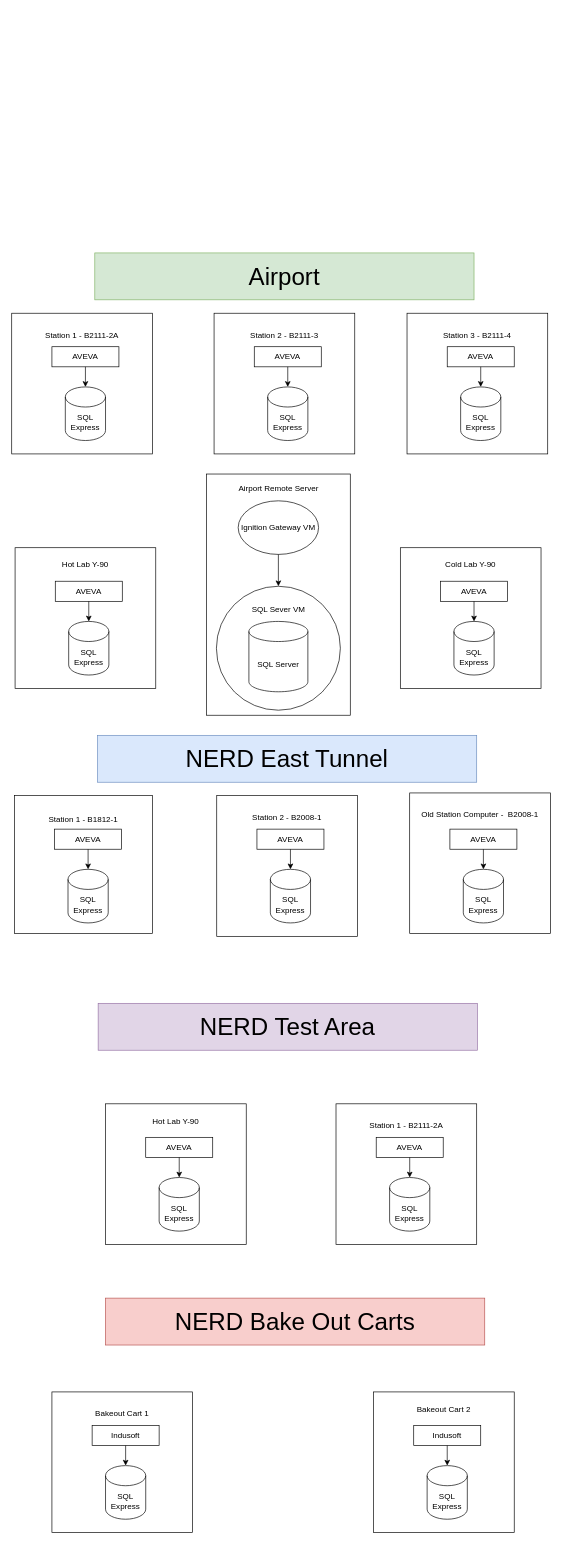
houleyemballo/Work keeps this draw.io diagram as DBLayout.drawio. Above is the earlier version. Source tidied: cells renumbered, new cells numbered last; positions are measured from the earlier drawing's top-left corner, leaving out a move shared by most shapes. Both pictures are drawn from the tidied source at 67%, with x=0, y=0 at pixel (11, 253).
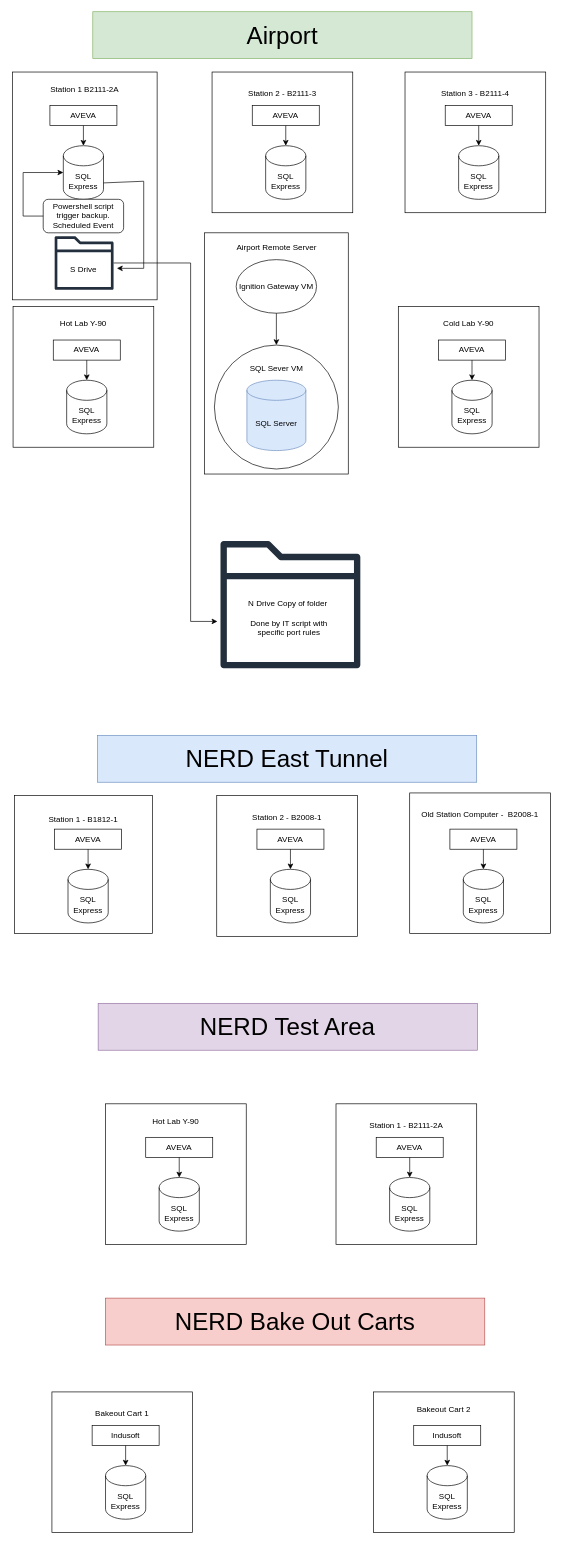
The same diagram, later.

What changed in the source:
```diff
@@
+    <mxCell id="59" value="&lt;div&gt;Station 1 B2111-2A&lt;/div&gt;&lt;div&gt;&lt;br&gt;&lt;/div&gt;&lt;div&gt;&lt;br&gt;&lt;/div&gt;&lt;div&gt;&lt;br&gt;&lt;/div&gt;&lt;div&gt;&lt;br&gt;&lt;/div&gt;&lt;div&gt;&lt;br&gt;&lt;/div&gt;&lt;div&gt;&lt;br&gt;&lt;/div&gt;&lt;div&gt;&lt;br&gt;&lt;/div&gt;&lt;div&gt;&lt;br&gt;&lt;/div&gt;&lt;div&gt;&lt;br&gt;&lt;/div&gt;&lt;div&gt;&lt;br&gt;&lt;/div&gt;&lt;div&gt;&lt;br&gt;&lt;/div&gt;&lt;div&gt;&lt;br&gt;&lt;/div&gt;&lt;div&gt;&lt;br&gt;&lt;/div&gt;&lt;div&gt;&lt;br&gt;&lt;/div&gt;&lt;div&gt;&lt;br&gt;&lt;/div&gt;&lt;div&gt;&lt;br&gt;&lt;/div&gt;&lt;div&gt;&lt;br&gt;&lt;/div&gt;&lt;div&gt;&lt;br&gt;&lt;/div&gt;&lt;div&gt;&lt;br&gt;&lt;/div&gt;&lt;div&gt;&lt;br&gt;&lt;/div&gt;" style="rounded=0;whiteSpace=wrap;html=1;" parent="1" vertex="1">
+      <mxGeometry x="1" y="-270" width="216" height="340" as="geometry" />
+    </mxCell>
     <mxCell id="2" value="Airport Remote Server&lt;div&gt;&lt;br&gt;&lt;/div&gt;&lt;div&gt;&lt;br&gt;&lt;/div&gt;&lt;div&gt;&lt;br&gt;&lt;/div&gt;&lt;div&gt;&lt;br&gt;&lt;/div&gt;&lt;div&gt;&lt;br&gt;&lt;/div&gt;&lt;div&gt;&lt;br&gt;&lt;/div&gt;&lt;div&gt;&lt;br&gt;&lt;/div&gt;&lt;div&gt;&lt;br&gt;&lt;/div&gt;&lt;div&gt;&lt;br&gt;&lt;/div&gt;&lt;div&gt;&lt;br&gt;&lt;/div&gt;&lt;div&gt;&lt;br&gt;&lt;/div&gt;&lt;div&gt;&lt;br&gt;&lt;/div&gt;&lt;div&gt;&lt;br&gt;&lt;/div&gt;&lt;div&gt;&lt;br&gt;&lt;/div&gt;&lt;div&gt;&lt;br&gt;&lt;/div&gt;&lt;div&gt;&lt;br&gt;&lt;/div&gt;&lt;div&gt;&lt;br&gt;&lt;/div&gt;&lt;div&gt;&lt;br&gt;&lt;/div&gt;&lt;div&gt;&lt;br&gt;&lt;/div&gt;&lt;div&gt;&lt;br&gt;&lt;/div&gt;&lt;div&gt;&lt;br&gt;&lt;/div&gt;&lt;div&gt;&lt;br&gt;&lt;/div&gt;" style="rounded=0;whiteSpace=wrap;html=1;" parent="1" vertex="1">
-      <mxGeometry x="290.8" y="330" width="214.5" height="360" as="geometry" />
+      <mxGeometry x="287.8" y="-30" width="214.5" height="360" as="geometry" />
     </mxCell>
     <mxCell id="3" value="SQL Sever VM&lt;div&gt;&lt;br&gt;&lt;/div&gt;&lt;div&gt;&lt;br&gt;&lt;/div&gt;&lt;div&gt;&lt;br&gt;&lt;/div&gt;&lt;div&gt;&lt;br&gt;&lt;/div&gt;&lt;div&gt;&lt;br&gt;&lt;/div&gt;&lt;div&gt;&lt;br&gt;&lt;/div&gt;&lt;div&gt;&lt;br&gt;&lt;/div&gt;&lt;div&gt;&lt;br&gt;&lt;/div&gt;" style="ellipse;whiteSpace=wrap;html=1;" parent="1" vertex="1">
-      <mxGeometry x="305.5" y="497.5" width="185" height="185" as="geometry" />
+      <mxGeometry x="302.5" y="137.5" width="185" height="185" as="geometry" />
     </mxCell>
     <mxCell id="4" value="&lt;font style=&quot;font-size: 36px;&quot;&gt;Airport&lt;/font&gt;" style="rounded=0;whiteSpace=wrap;html=1;fillColor=#d5e8d4;strokeColor=#82b366;" parent="1" vertex="1">
-      <mxGeometry x="124" width="566" height="70" as="geometry" />
+      <mxGeometry x="121" y="-360" width="566" height="70" as="geometry" />
     </mxCell>
-    <mxCell id="5" value="Station 1 - B2111-2A&lt;div&gt;&lt;br&gt;&lt;/div&gt;&lt;div&gt;&lt;br&gt;&lt;/div&gt;&lt;div&gt;&lt;br&gt;&lt;/div&gt;&lt;div&gt;&lt;br&gt;&lt;/div&gt;&lt;div&gt;&lt;br&gt;&lt;/div&gt;&lt;div&gt;&lt;br&gt;&lt;/div&gt;&lt;div&gt;&lt;br&gt;&lt;/div&gt;&lt;div&gt;&lt;br&gt;&lt;/div&gt;&lt;div&gt;&lt;br&gt;&lt;/div&gt;&lt;div&gt;&lt;br&gt;&lt;/div&gt;" style="whiteSpace=wrap;html=1;" parent="1" vertex="1">
-      <mxGeometry y="90" width="210" height="210" as="geometry" />
-    </mxCell>
     <mxCell id="6" value="AVEVA" style="rounded=0;whiteSpace=wrap;html=1;" parent="1" vertex="1">
-      <mxGeometry x="60" y="140" width="100" height="30" as="geometry" />
+      <mxGeometry x="57" y="-220" width="100" height="30" as="geometry" />
     </mxCell>
@@
     <mxCell id="8" value="SQL Express" style="shape=cylinder3;whiteSpace=wrap;html=1;boundedLbl=1;backgroundOutline=1;size=15;" parent="1" vertex="1">
-      <mxGeometry x="80" y="200" width="60" height="80" as="geometry" />
+      <mxGeometry x="77" y="-160" width="60" height="80" as="geometry" />
     </mxCell>
     <mxCell id="9" value="Station 3 - B2111-4&lt;div&gt;&lt;br&gt;&lt;/div&gt;&lt;div&gt;&lt;br&gt;&lt;/div&gt;&lt;div&gt;&lt;br&gt;&lt;/div&gt;&lt;div&gt;&lt;br&gt;&lt;/div&gt;&lt;div&gt;&lt;br&gt;&lt;/div&gt;&lt;div&gt;&lt;br&gt;&lt;/div&gt;&lt;div&gt;&lt;br&gt;&lt;/div&gt;&lt;div&gt;&lt;br&gt;&lt;/div&gt;&lt;div&gt;&lt;br&gt;&lt;/div&gt;&lt;div&gt;&lt;br&gt;&lt;/div&gt;" style="whiteSpace=wrap;html=1;" parent="1" vertex="1">
-      <mxGeometry x="590" y="90" width="210" height="210" as="geometry" />
+      <mxGeometry x="587" y="-270" width="210" height="210" as="geometry" />
     </mxCell>
     <mxCell id="10" value="AVEVA" style="rounded=0;whiteSpace=wrap;html=1;" parent="1" vertex="1">
-      <mxGeometry x="650" y="140" width="100" height="30" as="geometry" />
+      <mxGeometry x="647" y="-220" width="100" height="30" as="geometry" />
     </mxCell>
@@
     <mxCell id="12" value="SQL Express" style="shape=cylinder3;whiteSpace=wrap;html=1;boundedLbl=1;backgroundOutline=1;size=15;" parent="1" vertex="1">
-      <mxGeometry x="670" y="200" width="60" height="80" as="geometry" />
+      <mxGeometry x="667" y="-160" width="60" height="80" as="geometry" />
     </mxCell>
     <mxCell id="13" value="Station 2 - B2111-3&lt;div&gt;&lt;br&gt;&lt;/div&gt;&lt;div&gt;&lt;br&gt;&lt;/div&gt;&lt;div&gt;&lt;br&gt;&lt;/div&gt;&lt;div&gt;&lt;br&gt;&lt;/div&gt;&lt;div&gt;&lt;br&gt;&lt;/div&gt;&lt;div&gt;&lt;br&gt;&lt;/div&gt;&lt;div&gt;&lt;br&gt;&lt;/div&gt;&lt;div&gt;&lt;br&gt;&lt;/div&gt;&lt;div&gt;&lt;br&gt;&lt;/div&gt;&lt;div&gt;&lt;br&gt;&lt;/div&gt;" style="whiteSpace=wrap;html=1;" parent="1" vertex="1">
-      <mxGeometry x="302" y="90" width="210" height="210" as="geometry" />
+      <mxGeometry x="299" y="-270" width="210" height="210" as="geometry" />
     </mxCell>
     <mxCell id="14" value="AVEVA" style="rounded=0;whiteSpace=wrap;html=1;" parent="1" vertex="1">
-      <mxGeometry x="362" y="140" width="100" height="30" as="geometry" />
+      <mxGeometry x="359" y="-220" width="100" height="30" as="geometry" />
     </mxCell>
@@
     <mxCell id="16" value="SQL Express" style="shape=cylinder3;whiteSpace=wrap;html=1;boundedLbl=1;backgroundOutline=1;size=15;" parent="1" vertex="1">
-      <mxGeometry x="382" y="200" width="60" height="80" as="geometry" />
+      <mxGeometry x="379" y="-160" width="60" height="80" as="geometry" />
     </mxCell>
     <mxCell id="17" value="Hot Lab Y-90&lt;div&gt;&lt;br&gt;&lt;/div&gt;&lt;div&gt;&lt;br&gt;&lt;/div&gt;&lt;div&gt;&lt;br&gt;&lt;/div&gt;&lt;div&gt;&lt;br&gt;&lt;/div&gt;&lt;div&gt;&lt;br&gt;&lt;/div&gt;&lt;div&gt;&lt;br&gt;&lt;/div&gt;&lt;div&gt;&lt;br&gt;&lt;/div&gt;&lt;div&gt;&lt;br&gt;&lt;/div&gt;&lt;div&gt;&lt;br&gt;&lt;/div&gt;&lt;div&gt;&lt;br&gt;&lt;/div&gt;&lt;div&gt;&lt;br&gt;&lt;/div&gt;" style="whiteSpace=wrap;html=1;" parent="1" vertex="1">
-      <mxGeometry x="5" y="440" width="210" height="210" as="geometry" />
+      <mxGeometry x="2" y="80" width="210" height="210" as="geometry" />
     </mxCell>
     <mxCell id="18" value="AVEVA" style="rounded=0;whiteSpace=wrap;html=1;" parent="1" vertex="1">
-      <mxGeometry x="65" y="490" width="100" height="30" as="geometry" />
+      <mxGeometry x="62" y="130" width="100" height="30" as="geometry" />
     </mxCell>
@@
     <mxCell id="20" value="SQL Express" style="shape=cylinder3;whiteSpace=wrap;html=1;boundedLbl=1;backgroundOutline=1;size=15;" parent="1" vertex="1">
-      <mxGeometry x="85" y="550" width="60" height="80" as="geometry" />
+      <mxGeometry x="82" y="190" width="60" height="80" as="geometry" />
     </mxCell>
     <mxCell id="21" value="&lt;div&gt;Cold Lab Y-90&lt;/div&gt;&lt;div&gt;&lt;br&gt;&lt;/div&gt;&lt;div&gt;&lt;br&gt;&lt;/div&gt;&lt;div&gt;&lt;br&gt;&lt;/div&gt;&lt;div&gt;&lt;br&gt;&lt;/div&gt;&lt;div&gt;&lt;br&gt;&lt;/div&gt;&lt;div&gt;&lt;br&gt;&lt;/div&gt;&lt;div&gt;&lt;br&gt;&lt;/div&gt;&lt;div&gt;&lt;br&gt;&lt;/div&gt;&lt;div&gt;&lt;br&gt;&lt;/div&gt;&lt;div&gt;&lt;br&gt;&lt;/div&gt;&lt;div&gt;&lt;br&gt;&lt;/div&gt;" style="whiteSpace=wrap;html=1;fontStyle=0;" parent="1" vertex="1">
-      <mxGeometry x="580" y="440" width="210" height="210" as="geometry" />
+      <mxGeometry x="577" y="80" width="210" height="210" as="geometry" />
     </mxCell>
     <mxCell id="22" value="AVEVA" style="rounded=0;whiteSpace=wrap;html=1;fontStyle=0;" parent="1" vertex="1">
-      <mxGeometry x="640" y="490" width="100" height="30" as="geometry" />
+      <mxGeometry x="637" y="130" width="100" height="30" as="geometry" />
     </mxCell>
@@
     <mxCell id="24" value="SQL Express" style="shape=cylinder3;whiteSpace=wrap;html=1;boundedLbl=1;backgroundOutline=1;size=15;fontStyle=0;" parent="1" vertex="1">
-      <mxGeometry x="660" y="550" width="60" height="80" as="geometry" />
+      <mxGeometry x="657" y="190" width="60" height="80" as="geometry" />
     </mxCell>
-    <mxCell id="25" value="SQL Server" style="shape=cylinder3;whiteSpace=wrap;html=1;boundedLbl=1;backgroundOutline=1;size=15;" parent="1" vertex="1">
-      <mxGeometry x="354" y="550" width="88" height="105" as="geometry" />
+    <mxCell id="25" value="SQL Server" style="shape=cylinder3;whiteSpace=wrap;html=1;boundedLbl=1;backgroundOutline=1;size=15;fillColor=#dae8fc;strokeColor=#6c8ebf;" parent="1" vertex="1">
+      <mxGeometry x="351" y="190" width="88" height="105" as="geometry" />
     </mxCell>
@@
     <mxCell id="48" value="Ignition Gateway VM" style="ellipse;whiteSpace=wrap;html=1;" parent="1" vertex="1">
-      <mxGeometry x="338" y="370" width="120" height="80" as="geometry" />
+      <mxGeometry x="335" y="10" width="120" height="80" as="geometry" />
     </mxCell>
@@
+    <mxCell id="60" style="sketch=0;outlineConnect=0;fontColor=#232F3E;gradientColor=none;fillColor=#232F3D;strokeColor=none;dashed=0;verticalLabelPosition=bottom;verticalAlign=top;align=center;html=1;fontSize=12;fontStyle=0;shape=mxgraph.aws4.folder;strokeWidth=0;" parent="1" vertex="1">
+      <mxGeometry x="64.1" y="-25" width="87.9" height="80" as="geometry" />
+    </mxCell>
+    <mxCell id="61" value="Powershell script trigger backup. Scheduled Event" style="rounded=1;whiteSpace=wrap;html=1;" parent="1" vertex="1">
+      <mxGeometry x="47" y="-80" width="120" height="50" as="geometry" />
+    </mxCell>
+    <mxCell id="62" value="S Drive&amp;nbsp;" style="text;html=1;align=center;verticalAlign=middle;whiteSpace=wrap;rounded=0;" parent="1" vertex="1">
+      <mxGeometry x="79" y="10" width="60" height="30" as="geometry" />
+    </mxCell>
+    <mxCell id="63" style="endArrow=classic;html=1;rounded=0;exitX=0;exitY=0.5;exitDx=0;exitDy=0;entryX=0;entryY=0.5;entryDx=0;entryDy=0;entryPerimeter=0;" parent="1" edge="1" source="61" target="8">
+      <mxGeometry relative="1" as="geometry">
+        <Array as="points">
+          <mxPoint x="17" y="-55" />
+          <mxPoint x="17" y="-120" />
+        </Array>
+      </mxGeometry>
+    </mxCell>
+    <mxCell id="64" style="endArrow=classic;html=1;rounded=0;exitX=1;exitY=0;exitDx=0;exitDy=52.5;exitPerimeter=0;" parent="1" edge="1">
+      <mxGeometry relative="1" as="geometry">
+        <mxPoint x="137" y="-104.5" as="sourcePoint" />
+        <mxPoint x="157" y="23" as="targetPoint" />
+        <Array as="points">
+          <mxPoint x="197" y="-107" />
+          <mxPoint x="197" y="23" />
+        </Array>
+      </mxGeometry>
+    </mxCell>
+    <mxCell id="65" style="endArrow=classic;html=1;rounded=0;" parent="1" edge="1" source="60">
+      <mxGeometry relative="1" as="geometry">
+        <mxPoint x="307" y="550" as="targetPoint" />
+        <Array as="points">
+          <mxPoint x="267" y="15" />
+          <mxPoint x="267" y="550" />
+        </Array>
+      </mxGeometry>
+    </mxCell>
+    <mxCell id="66" style="sketch=0;fontColor=#232F3E;gradientColor=none;fillColor=#232F3D;strokeColor=none;dashed=0;verticalLabelPosition=bottom;verticalAlign=top;align=center;html=1;fontSize=12;fontStyle=0;shape=mxgraph.aws4.folder;" parent="1" vertex="1">
+      <mxGeometry x="311.6" y="430" width="208.7" height="190" as="geometry" />
+    </mxCell>
+    <mxCell id="67" value="N Drive Copy of folder&amp;nbsp;&lt;div&gt;&lt;br&gt;&lt;/div&gt;&lt;div&gt;Done by IT script with specific port rules&lt;/div&gt;" style="text;html=1;align=center;verticalAlign=middle;whiteSpace=wrap;rounded=0;" parent="1" vertex="1">
+      <mxGeometry x="344" y="500" width="140" height="90" as="geometry" />
+    </mxCell>
```
